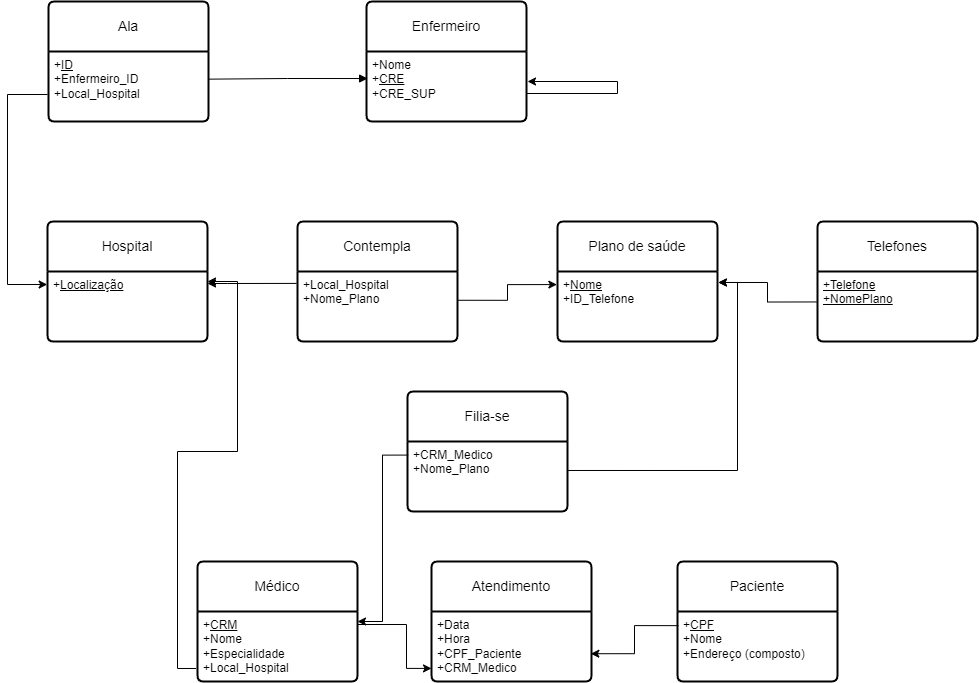
Earlier version of the draw.io export esquema logico exerc1.drawio.png (VitorFonseca123/ExerciciosACH2004_BD). Source tidied: cells renumbered, new cells last; positions are measured from the earlier drawing's top-left corner, leaving out a move shared by most shapes.
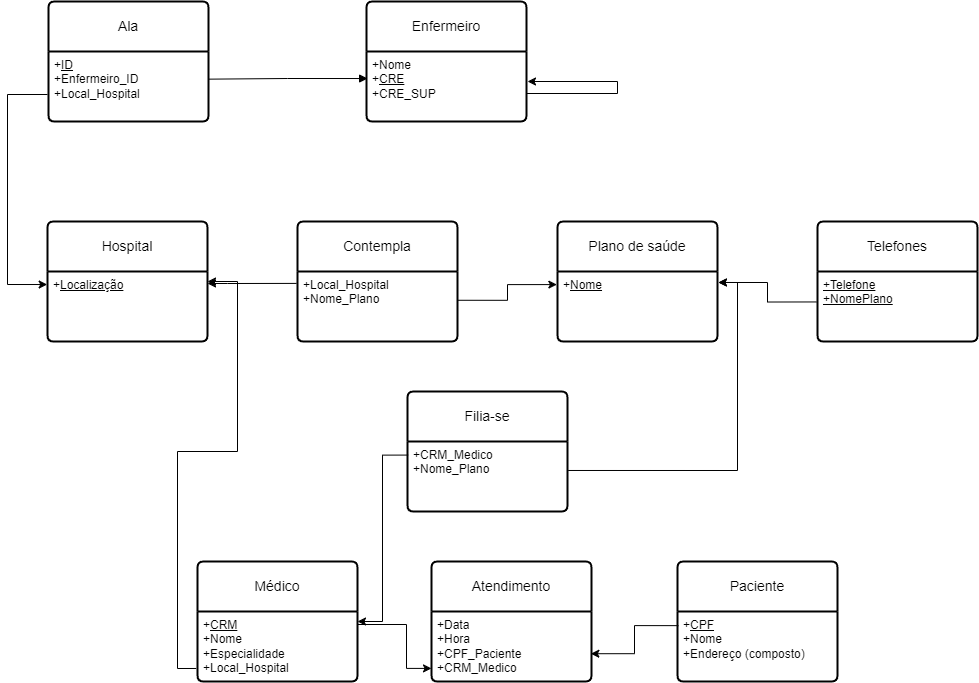
After the change.

The edit, as a diff of the source:
```diff
@@ -23,7 +23,7 @@
     <mxCell id="8" value="Plano de saúde" style="swimlane;horizontal=1;startSize=50;rounded=1;fontSize=14;fontStyle=0;strokeWidth=2;shadow=0;dashed=0;align=center;arcSize=4;whiteSpace=wrap;html=1;" parent="1" vertex="1">
       <mxGeometry x="550" y="220" width="160" height="120" as="geometry" />
     </mxCell>
-    <mxCell id="9" value="+&lt;u&gt;Nome&lt;/u&gt;&lt;br&gt;+ID_Telefone" style="align=left;strokeColor=none;fillColor=none;spacingLeft=4;fontSize=12;verticalAlign=top;html=1;" parent="8" vertex="1">
+    <mxCell id="9" value="+&lt;u&gt;Nome&lt;/u&gt;&lt;br&gt;&lt;br&gt;" style="align=left;strokeColor=none;fillColor=none;spacingLeft=4;fontSize=12;verticalAlign=top;html=1;" parent="8" vertex="1">
       <mxGeometry y="50" width="160" height="70" as="geometry" />
     </mxCell>
     <mxCell id="10" value="Médico" style="swimlane;horizontal=1;startSize=50;rounded=1;fontSize=14;fontStyle=0;strokeWidth=2;shadow=0;dashed=0;align=center;arcSize=4;whiteSpace=wrap;html=1;" parent="1" vertex="1">
```
